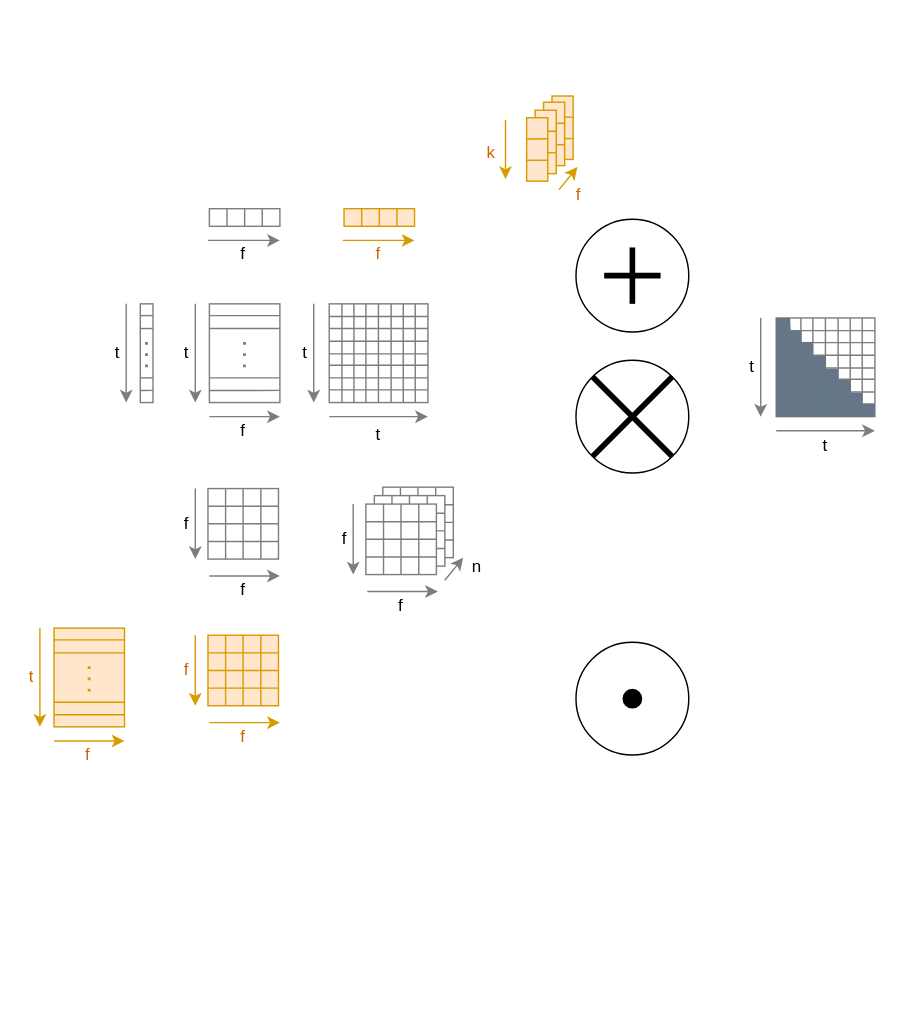
Earlier version of the draw.io diagram page "Base Figures" (1 of 5) of attention.drawio (OleguerCanal/diagrams). Source tidied: cells renumbered, new cells numbered last; positions are measured from the earlier drawing's top-left corner, leaving out a move shared by most shapes. Both pictures are drawn from the tidied source at 141%, with x=0, y=0 at pixel (24, 117).
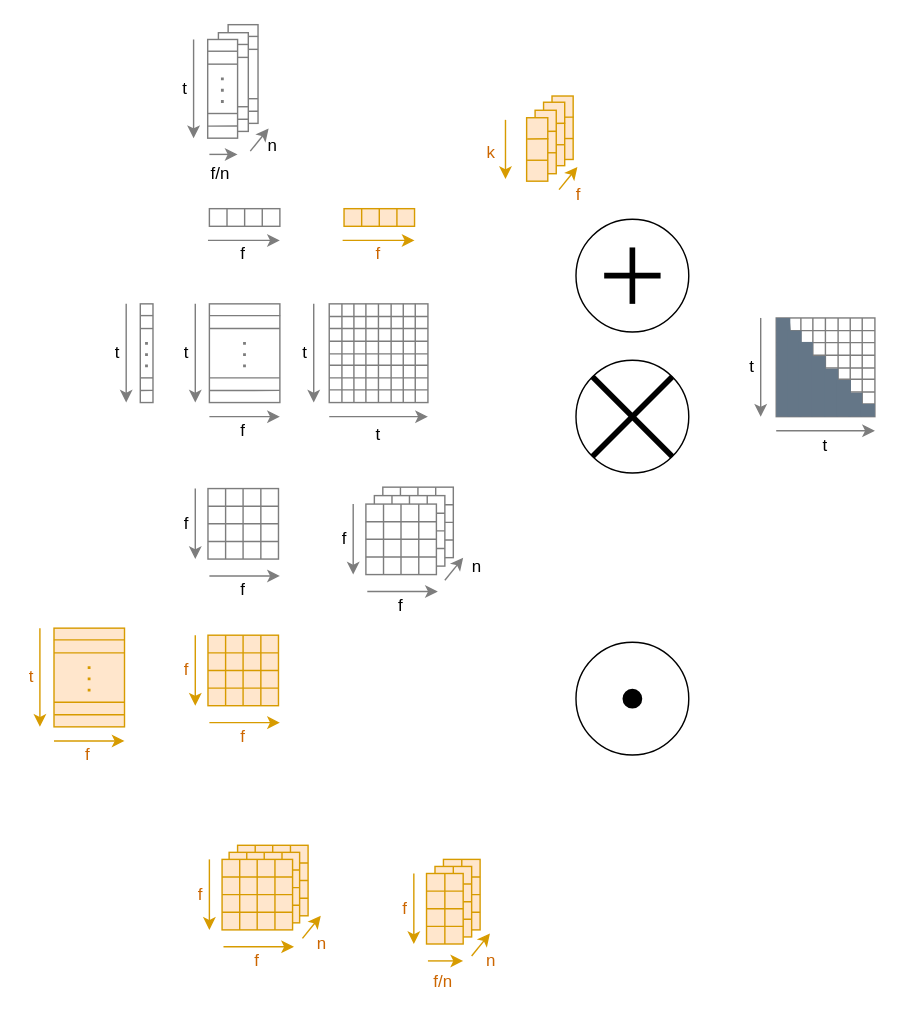
Above is the later version.

Diff of the diagram source:
```diff
@@
+    <mxCell id="161" style="rounded=0;whiteSpace=wrap;html=1;strokeColor=#7D7D7D;" parent="1" vertex="1">
+      <mxGeometry x="144.3" y="-66" width="21.2" height="70" as="geometry" />
+    </mxCell>
+    <mxCell id="162" style="endArrow=none;html=1;rounded=0;entryX=1;entryY=0.25;entryDx=0;entryDy=0;exitX=0;exitY=0.25;exitDx=0;exitDy=0;strokeColor=#7D7D7D;" parent="1" edge="1" source="161" target="161">
+      <mxGeometry relative="1" as="geometry" />
+    </mxCell>
+    <mxCell id="163" style="endArrow=none;html=1;rounded=0;entryX=1;entryY=0.75;entryDx=0;entryDy=0;exitX=0;exitY=0.75;exitDx=0;exitDy=0;strokeColor=#7D7D7D;" parent="1" edge="1" source="161" target="161">
+      <mxGeometry relative="1" as="geometry" />
+    </mxCell>
+    <mxCell id="164" style="endArrow=none;html=1;rounded=0;exitX=-0.002;exitY=0.119;exitDx=0;exitDy=0;exitPerimeter=0;entryX=1.005;entryY=0.119;entryDx=0;entryDy=0;entryPerimeter=0;strokeColor=#7D7D7D;" parent="1" edge="1" source="161" target="161">
+      <mxGeometry relative="1" as="geometry" />
+    </mxCell>
+    <mxCell id="165" style="endArrow=none;html=1;rounded=0;exitX=0.003;exitY=0.878;exitDx=0;exitDy=0;exitPerimeter=0;entryX=1.001;entryY=0.877;entryDx=0;entryDy=0;entryPerimeter=0;strokeColor=#7D7D7D;" parent="1" edge="1" source="161" target="161">
+      <mxGeometry relative="1" as="geometry" />
+    </mxCell>
+    <mxCell id="166" style="endArrow=none;dashed=1;html=1;dashPattern=1 3;strokeWidth=2;rounded=0;strokeColor=#7D7D7D;" parent="1" edge="1">
+      <mxGeometry relative="1" as="geometry">
+        <mxPoint x="154.8" y="-21" as="sourcePoint" />
+        <mxPoint x="154.8" y="-41" as="targetPoint" />
+        <Array as="points">
+          <mxPoint x="154.8" y="-21" />
+        </Array>
+      </mxGeometry>
+    </mxCell>
+    <mxCell id="167" style="rounded=0;whiteSpace=wrap;html=1;strokeColor=#7D7D7D;" parent="1" vertex="1">
+      <mxGeometry x="137.4" y="-60.3" width="21.2" height="70" as="geometry" />
+    </mxCell>
+    <mxCell id="168" style="endArrow=none;html=1;rounded=0;entryX=1;entryY=0.25;entryDx=0;entryDy=0;exitX=0;exitY=0.25;exitDx=0;exitDy=0;strokeColor=#7D7D7D;" parent="1" edge="1" source="167" target="167">
+      <mxGeometry relative="1" as="geometry" />
+    </mxCell>
+    <mxCell id="169" style="endArrow=none;html=1;rounded=0;entryX=1;entryY=0.75;entryDx=0;entryDy=0;exitX=0;exitY=0.75;exitDx=0;exitDy=0;strokeColor=#7D7D7D;" parent="1" edge="1" source="167" target="167">
+      <mxGeometry relative="1" as="geometry" />
+    </mxCell>
+    <mxCell id="170" style="endArrow=none;html=1;rounded=0;exitX=-0.002;exitY=0.119;exitDx=0;exitDy=0;exitPerimeter=0;entryX=1.005;entryY=0.119;entryDx=0;entryDy=0;entryPerimeter=0;strokeColor=#7D7D7D;" parent="1" edge="1" source="167" target="167">
+      <mxGeometry relative="1" as="geometry" />
+    </mxCell>
+    <mxCell id="171" style="endArrow=none;html=1;rounded=0;exitX=0.003;exitY=0.878;exitDx=0;exitDy=0;exitPerimeter=0;entryX=1.001;entryY=0.877;entryDx=0;entryDy=0;entryPerimeter=0;strokeColor=#7D7D7D;" parent="1" edge="1" source="167" target="167">
+      <mxGeometry relative="1" as="geometry" />
+    </mxCell>
+    <mxCell id="172" style="endArrow=none;dashed=1;html=1;dashPattern=1 3;strokeWidth=2;rounded=0;strokeColor=#7D7D7D;" parent="1" edge="1">
+      <mxGeometry relative="1" as="geometry">
+        <mxPoint x="147.8" y="-15.3" as="sourcePoint" />
+        <mxPoint x="147.8" y="-35.3" as="targetPoint" />
+        <Array as="points">
+          <mxPoint x="147.8" y="-15.3" />
+        </Array>
+      </mxGeometry>
+    </mxCell>
+    <mxCell id="173" style="rounded=0;whiteSpace=wrap;html=1;strokeColor=#d79b00;fillColor=#ffe6cc;" parent="1" vertex="1">
+      <mxGeometry x="297" y="526" width="26" height="50" as="geometry" />
+    </mxCell>
+    <mxCell id="174" style="endArrow=none;html=1;rounded=0;entryX=1;entryY=0.5;entryDx=0;entryDy=0;exitX=0;exitY=0.5;exitDx=0;exitDy=0;strokeColor=#d79b00;fillColor=#ffe6cc;" parent="1" edge="1" source="173" target="173">
+      <mxGeometry relative="1" as="geometry" />
+    </mxCell>
+    <mxCell id="175" style="endArrow=none;html=1;rounded=0;entryX=1;entryY=0.75;entryDx=0;entryDy=0;exitX=0;exitY=0.75;exitDx=0;exitDy=0;strokeColor=#d79b00;fillColor=#ffe6cc;" parent="1" edge="1" source="173" target="173">
+      <mxGeometry relative="1" as="geometry" />
+    </mxCell>
+    <mxCell id="176" style="endArrow=none;html=1;rounded=0;entryX=1;entryY=0.25;entryDx=0;entryDy=0;exitX=0;exitY=0.25;exitDx=0;exitDy=0;strokeColor=#d79b00;fillColor=#ffe6cc;" parent="1" edge="1" source="173" target="173">
+      <mxGeometry relative="1" as="geometry" />
+    </mxCell>
+    <mxCell id="177" style="endArrow=none;html=1;rounded=0;entryX=0.5;entryY=1;entryDx=0;entryDy=0;strokeColor=#d79b00;fillColor=#ffe6cc;exitX=0.5;exitY=0;exitDx=0;exitDy=0;" parent="1" edge="1" source="173" target="173">
+      <mxGeometry relative="1" as="geometry" />
+    </mxCell>
+    <mxCell id="178" style="rounded=0;whiteSpace=wrap;html=1;strokeColor=#d79b00;fillColor=#ffe6cc;" parent="1" vertex="1">
+      <mxGeometry x="291" y="531" width="26" height="50" as="geometry" />
+    </mxCell>
+    <mxCell id="179" style="endArrow=none;html=1;rounded=0;entryX=1;entryY=0.5;entryDx=0;entryDy=0;exitX=0;exitY=0.5;exitDx=0;exitDy=0;strokeColor=#d79b00;fillColor=#ffe6cc;" parent="1" edge="1" source="178" target="178">
+      <mxGeometry relative="1" as="geometry" />
+    </mxCell>
+    <mxCell id="180" style="endArrow=none;html=1;rounded=0;entryX=1;entryY=0.75;entryDx=0;entryDy=0;exitX=0;exitY=0.75;exitDx=0;exitDy=0;strokeColor=#d79b00;fillColor=#ffe6cc;" parent="1" edge="1" source="178" target="178">
+      <mxGeometry relative="1" as="geometry" />
+    </mxCell>
+    <mxCell id="181" style="endArrow=none;html=1;rounded=0;entryX=1;entryY=0.25;entryDx=0;entryDy=0;exitX=0;exitY=0.25;exitDx=0;exitDy=0;strokeColor=#d79b00;fillColor=#ffe6cc;" parent="1" edge="1" source="178" target="178">
+      <mxGeometry relative="1" as="geometry" />
+    </mxCell>
+    <mxCell id="182" style="endArrow=none;html=1;rounded=0;entryX=0.5;entryY=1;entryDx=0;entryDy=0;strokeColor=#d79b00;fillColor=#ffe6cc;exitX=0.5;exitY=0;exitDx=0;exitDy=0;" parent="1" edge="1" source="178" target="178">
+      <mxGeometry relative="1" as="geometry" />
+    </mxCell>
+    <mxCell id="183" style="rounded=0;whiteSpace=wrap;html=1;strokeColor=#d79b00;fillColor=#ffe6cc;" parent="1" vertex="1">
+      <mxGeometry x="151" y="516" width="50" height="50" as="geometry" />
+    </mxCell>
+    <mxCell id="184" style="endArrow=none;html=1;rounded=0;entryX=1;entryY=0.5;entryDx=0;entryDy=0;exitX=0;exitY=0.5;exitDx=0;exitDy=0;strokeColor=#d79b00;fillColor=#ffe6cc;" parent="1" edge="1" source="183" target="183">
+      <mxGeometry relative="1" as="geometry" />
+    </mxCell>
+    <mxCell id="185" style="endArrow=none;html=1;rounded=0;entryX=1;entryY=0.75;entryDx=0;entryDy=0;exitX=0;exitY=0.75;exitDx=0;exitDy=0;strokeColor=#d79b00;fillColor=#ffe6cc;" parent="1" edge="1" source="183" target="183">
+      <mxGeometry relative="1" as="geometry" />
+    </mxCell>
+    <mxCell id="186" style="endArrow=none;html=1;rounded=0;entryX=1;entryY=0.25;entryDx=0;entryDy=0;exitX=0;exitY=0.25;exitDx=0;exitDy=0;strokeColor=#d79b00;fillColor=#ffe6cc;" parent="1" edge="1" source="183" target="183">
+      <mxGeometry relative="1" as="geometry" />
+    </mxCell>
+    <mxCell id="187" style="endArrow=none;html=1;rounded=0;entryX=0.25;entryY=1;entryDx=0;entryDy=0;exitX=0.25;exitY=0;exitDx=0;exitDy=0;strokeColor=#d79b00;fillColor=#ffe6cc;" parent="1" edge="1" source="183" target="183">
+      <mxGeometry relative="1" as="geometry" />
+    </mxCell>
+    <mxCell id="188" style="endArrow=none;html=1;rounded=0;entryX=0.25;entryY=1;entryDx=0;entryDy=0;exitX=0.25;exitY=0;exitDx=0;exitDy=0;strokeColor=#d79b00;fillColor=#ffe6cc;" parent="1" edge="1">
+      <mxGeometry relative="1" as="geometry">
+        <mxPoint x="175.9" y="516" as="sourcePoint" />
+        <mxPoint x="175.9" y="566" as="targetPoint" />
+      </mxGeometry>
+    </mxCell>
+    <mxCell id="189" style="endArrow=none;html=1;rounded=0;entryX=0.75;entryY=1;entryDx=0;entryDy=0;exitX=0.75;exitY=0;exitDx=0;exitDy=0;strokeColor=#d79b00;fillColor=#ffe6cc;" parent="1" edge="1" source="183" target="183">
+      <mxGeometry relative="1" as="geometry" />
+    </mxCell>
+    <mxCell id="190" style="rounded=0;whiteSpace=wrap;html=1;strokeColor=#d79b00;fillColor=#ffe6cc;" parent="1" vertex="1">
+      <mxGeometry x="145" y="521" width="50" height="50" as="geometry" />
+    </mxCell>
+    <mxCell id="191" style="endArrow=none;html=1;rounded=0;entryX=1;entryY=0.5;entryDx=0;entryDy=0;exitX=0;exitY=0.5;exitDx=0;exitDy=0;strokeColor=#d79b00;fillColor=#ffe6cc;" parent="1" edge="1" source="190" target="190">
+      <mxGeometry relative="1" as="geometry" />
+    </mxCell>
+    <mxCell id="192" style="endArrow=none;html=1;rounded=0;entryX=1;entryY=0.75;entryDx=0;entryDy=0;exitX=0;exitY=0.75;exitDx=0;exitDy=0;strokeColor=#d79b00;fillColor=#ffe6cc;" parent="1" edge="1" source="190" target="190">
+      <mxGeometry relative="1" as="geometry" />
+    </mxCell>
+    <mxCell id="193" style="endArrow=none;html=1;rounded=0;entryX=1;entryY=0.25;entryDx=0;entryDy=0;exitX=0;exitY=0.25;exitDx=0;exitDy=0;strokeColor=#d79b00;fillColor=#ffe6cc;" parent="1" edge="1" source="190" target="190">
+      <mxGeometry relative="1" as="geometry" />
+    </mxCell>
+    <mxCell id="194" style="endArrow=none;html=1;rounded=0;entryX=0.25;entryY=1;entryDx=0;entryDy=0;exitX=0.25;exitY=0;exitDx=0;exitDy=0;strokeColor=#d79b00;fillColor=#ffe6cc;" parent="1" edge="1" source="190" target="190">
+      <mxGeometry relative="1" as="geometry" />
+    </mxCell>
+    <mxCell id="195" style="endArrow=none;html=1;rounded=0;entryX=0.25;entryY=1;entryDx=0;entryDy=0;exitX=0.25;exitY=0;exitDx=0;exitDy=0;strokeColor=#d79b00;fillColor=#ffe6cc;" parent="1" edge="1">
+      <mxGeometry relative="1" as="geometry">
+        <mxPoint x="169.9" y="521" as="sourcePoint" />
+        <mxPoint x="169.9" y="571" as="targetPoint" />
+      </mxGeometry>
+    </mxCell>
+    <mxCell id="196" style="endArrow=none;html=1;rounded=0;entryX=0.75;entryY=1;entryDx=0;entryDy=0;exitX=0.75;exitY=0;exitDx=0;exitDy=0;strokeColor=#d79b00;fillColor=#ffe6cc;" parent="1" edge="1" source="190" target="190">
+      <mxGeometry relative="1" as="geometry" />
+    </mxCell>
@@
+    <mxCell id="197" style="rounded=0;whiteSpace=wrap;html=1;strokeColor=#7D7D7D;" parent="1" vertex="1">
+      <mxGeometry x="129.8" y="-55.5" width="21.2" height="70" as="geometry" />
+    </mxCell>
+    <mxCell id="198" style="endArrow=none;html=1;rounded=0;entryX=1;entryY=0.25;entryDx=0;entryDy=0;exitX=0;exitY=0.25;exitDx=0;exitDy=0;strokeColor=#7D7D7D;" parent="1" edge="1" source="197" target="197">
+      <mxGeometry relative="1" as="geometry" />
+    </mxCell>
+    <mxCell id="199" style="endArrow=none;html=1;rounded=0;entryX=1;entryY=0.75;entryDx=0;entryDy=0;exitX=0;exitY=0.75;exitDx=0;exitDy=0;strokeColor=#7D7D7D;" parent="1" edge="1" source="197" target="197">
+      <mxGeometry relative="1" as="geometry" />
+    </mxCell>
+    <mxCell id="200" style="endArrow=none;html=1;rounded=0;exitX=-0.002;exitY=0.119;exitDx=0;exitDy=0;exitPerimeter=0;entryX=1.005;entryY=0.119;entryDx=0;entryDy=0;entryPerimeter=0;strokeColor=#7D7D7D;" parent="1" edge="1" source="197" target="197">
+      <mxGeometry relative="1" as="geometry" />
+    </mxCell>
+    <mxCell id="201" style="endArrow=none;html=1;rounded=0;exitX=0.003;exitY=0.878;exitDx=0;exitDy=0;exitPerimeter=0;entryX=1.001;entryY=0.877;entryDx=0;entryDy=0;entryPerimeter=0;strokeColor=#7D7D7D;" parent="1" edge="1" source="197" target="197">
+      <mxGeometry relative="1" as="geometry" />
+    </mxCell>
+    <mxCell id="202" style="endArrow=none;dashed=1;html=1;dashPattern=1 3;strokeWidth=2;rounded=0;strokeColor=#7D7D7D;" parent="1" edge="1">
+      <mxGeometry relative="1" as="geometry">
+        <mxPoint x="140.2" y="-10.5" as="sourcePoint" />
+        <mxPoint x="140.2" y="-30.5" as="targetPoint" />
+        <Array as="points">
+          <mxPoint x="140.2" y="-10.5" />
+        </Array>
+      </mxGeometry>
+    </mxCell>
+    <mxCell id="203" style="endArrow=classic;html=1;rounded=0;strokeColor=#7D7D7D;" parent="1" edge="1">
+      <mxGeometry relative="1" as="geometry">
+        <mxPoint x="119.8" y="-55.5" as="sourcePoint" />
+        <mxPoint x="119.8" y="14.5" as="targetPoint" />
+      </mxGeometry>
+    </mxCell>
+    <mxCell id="204" style="endArrow=classic;html=1;rounded=0;strokeColor=#7D7D7D;" parent="1" edge="1">
+      <mxGeometry relative="1" as="geometry">
+        <mxPoint x="131" y="26" as="sourcePoint" />
+        <mxPoint x="151" y="26" as="targetPoint" />
+      </mxGeometry>
+    </mxCell>
+    <mxCell id="205" value="t" style="text;html=1;strokeColor=none;fillColor=none;align=center;verticalAlign=middle;whiteSpace=wrap;rounded=0;" parent="1" vertex="1">
+      <mxGeometry x="108.8" y="-35.5" width="10" height="30" as="geometry" />
+    </mxCell>
+    <mxCell id="206" value="f/n" style="text;html=1;strokeColor=none;fillColor=none;align=center;verticalAlign=middle;whiteSpace=wrap;rounded=0;" parent="1" vertex="1">
+      <mxGeometry x="134.3" y="30" width="10" height="20" as="geometry" />
+    </mxCell>
+    <mxCell id="207" style="endArrow=classic;html=1;rounded=0;strokeColor=#7D7D7D;" parent="1" edge="1">
+      <mxGeometry relative="1" as="geometry">
+        <mxPoint x="160" y="23.7" as="sourcePoint" />
+        <mxPoint x="173" y="7.7" as="targetPoint" />
+      </mxGeometry>
+    </mxCell>
+    <mxCell id="208" value="n" style="text;html=1;strokeColor=none;fillColor=none;align=center;verticalAlign=middle;whiteSpace=wrap;rounded=0;" parent="1" vertex="1">
+      <mxGeometry x="171" y="10" width="10" height="20" as="geometry" />
+    </mxCell>
+    <mxCell id="209" style="rounded=0;whiteSpace=wrap;html=1;strokeColor=#d79b00;fillColor=#ffe6cc;" parent="1" vertex="1">
+      <mxGeometry x="140" y="526" width="50" height="50" as="geometry" />
+    </mxCell>
+    <mxCell id="210" style="endArrow=classic;html=1;rounded=0;strokeColor=#d79b00;fillColor=#ffe6cc;" parent="1" edge="1">
+      <mxGeometry relative="1" as="geometry">
+        <mxPoint x="141" y="588" as="sourcePoint" />
+        <mxPoint x="191" y="588" as="targetPoint" />
+      </mxGeometry>
+    </mxCell>
+    <mxCell id="211" value="f" style="text;html=1;strokeColor=none;fillColor=none;align=center;verticalAlign=middle;whiteSpace=wrap;rounded=0;fontColor=#CC6600;" parent="1" vertex="1">
+      <mxGeometry x="160" y="588" width="10" height="20" as="geometry" />
+    </mxCell>
+    <mxCell id="212" style="endArrow=none;html=1;rounded=0;entryX=1;entryY=0.5;entryDx=0;entryDy=0;exitX=0;exitY=0.5;exitDx=0;exitDy=0;strokeColor=#d79b00;fillColor=#ffe6cc;" parent="1" edge="1" source="209" target="209">
+      <mxGeometry relative="1" as="geometry" />
+    </mxCell>
+    <mxCell id="213" style="endArrow=none;html=1;rounded=0;entryX=1;entryY=0.75;entryDx=0;entryDy=0;exitX=0;exitY=0.75;exitDx=0;exitDy=0;strokeColor=#d79b00;fillColor=#ffe6cc;" parent="1" edge="1" source="209" target="209">
+      <mxGeometry relative="1" as="geometry" />
+    </mxCell>
+    <mxCell id="214" style="endArrow=none;html=1;rounded=0;entryX=1;entryY=0.25;entryDx=0;entryDy=0;exitX=0;exitY=0.25;exitDx=0;exitDy=0;strokeColor=#d79b00;fillColor=#ffe6cc;" parent="1" edge="1" source="209" target="209">
+      <mxGeometry relative="1" as="geometry" />
+    </mxCell>
+    <mxCell id="215" style="endArrow=none;html=1;rounded=0;entryX=0.25;entryY=1;entryDx=0;entryDy=0;exitX=0.25;exitY=0;exitDx=0;exitDy=0;strokeColor=#d79b00;fillColor=#ffe6cc;" parent="1" edge="1" source="209" target="209">
+      <mxGeometry relative="1" as="geometry" />
+    </mxCell>
+    <mxCell id="216" style="endArrow=none;html=1;rounded=0;entryX=0.25;entryY=1;entryDx=0;entryDy=0;exitX=0.25;exitY=0;exitDx=0;exitDy=0;strokeColor=#d79b00;fillColor=#ffe6cc;" parent="1" edge="1">
+      <mxGeometry relative="1" as="geometry">
+        <mxPoint x="164.9" y="526" as="sourcePoint" />
+        <mxPoint x="164.9" y="576" as="targetPoint" />
+      </mxGeometry>
+    </mxCell>
+    <mxCell id="217" style="endArrow=none;html=1;rounded=0;entryX=0.75;entryY=1;entryDx=0;entryDy=0;exitX=0.75;exitY=0;exitDx=0;exitDy=0;strokeColor=#d79b00;fillColor=#ffe6cc;" parent="1" edge="1" source="209" target="209">
+      <mxGeometry relative="1" as="geometry" />
+    </mxCell>
+    <mxCell id="218" value="f" style="text;html=1;strokeColor=none;fillColor=none;align=center;verticalAlign=middle;whiteSpace=wrap;rounded=0;fontColor=#CC6600;" parent="1" vertex="1">
+      <mxGeometry x="120" y="541" width="10" height="20" as="geometry" />
+    </mxCell>
+    <mxCell id="219" style="endArrow=classic;html=1;rounded=0;strokeColor=#d79b00;fillColor=#ffe6cc;" parent="1" edge="1">
+      <mxGeometry relative="1" as="geometry">
+        <mxPoint x="131" y="526" as="sourcePoint" />
+        <mxPoint x="131" y="576" as="targetPoint" />
+      </mxGeometry>
+    </mxCell>
+    <mxCell id="220" style="endArrow=classic;html=1;rounded=0;strokeColor=#d79b00;fillColor=#ffe6cc;" parent="1" edge="1">
+      <mxGeometry relative="1" as="geometry">
+        <mxPoint x="197" y="582" as="sourcePoint" />
+        <mxPoint x="210" y="566" as="targetPoint" />
+      </mxGeometry>
+    </mxCell>
+    <mxCell id="221" value="n" style="text;html=1;strokeColor=none;fillColor=none;align=center;verticalAlign=middle;whiteSpace=wrap;rounded=0;fontColor=#CC6600;" parent="1" vertex="1">
+      <mxGeometry x="206" y="575.5" width="10" height="20" as="geometry" />
+    </mxCell>
+    <mxCell id="222" style="rounded=0;whiteSpace=wrap;html=1;strokeColor=#d79b00;fillColor=#ffe6cc;" parent="1" vertex="1">
+      <mxGeometry x="285" y="536" width="26" height="50" as="geometry" />
+    </mxCell>
+    <mxCell id="223" style="endArrow=classic;html=1;rounded=0;strokeColor=#d79b00;fillColor=#ffe6cc;" parent="1" edge="1">
+      <mxGeometry relative="1" as="geometry">
+        <mxPoint x="286" y="598" as="sourcePoint" />
+        <mxPoint x="311" y="598" as="targetPoint" />
+      </mxGeometry>
+    </mxCell>
+    <mxCell id="224" value="f/n" style="text;html=1;strokeColor=none;fillColor=none;align=center;verticalAlign=middle;whiteSpace=wrap;rounded=0;fontColor=#CC6600;" parent="1" vertex="1">
+      <mxGeometry x="292" y="602.5" width="10" height="20" as="geometry" />
+    </mxCell>
+    <mxCell id="225" style="endArrow=none;html=1;rounded=0;entryX=1;entryY=0.5;entryDx=0;entryDy=0;exitX=0;exitY=0.5;exitDx=0;exitDy=0;strokeColor=#d79b00;fillColor=#ffe6cc;" parent="1" edge="1" source="222" target="222">
+      <mxGeometry relative="1" as="geometry" />
+    </mxCell>
+    <mxCell id="226" style="endArrow=none;html=1;rounded=0;entryX=1;entryY=0.75;entryDx=0;entryDy=0;exitX=0;exitY=0.75;exitDx=0;exitDy=0;strokeColor=#d79b00;fillColor=#ffe6cc;" parent="1" edge="1" source="222" target="222">
+      <mxGeometry relative="1" as="geometry" />
+    </mxCell>
+    <mxCell id="227" style="endArrow=none;html=1;rounded=0;entryX=1;entryY=0.25;entryDx=0;entryDy=0;exitX=0;exitY=0.25;exitDx=0;exitDy=0;strokeColor=#d79b00;fillColor=#ffe6cc;" parent="1" edge="1" source="222" target="222">
+      <mxGeometry relative="1" as="geometry" />
+    </mxCell>
+    <mxCell id="228" style="endArrow=none;html=1;rounded=0;entryX=0.5;entryY=1;entryDx=0;entryDy=0;strokeColor=#d79b00;fillColor=#ffe6cc;exitX=0.5;exitY=0;exitDx=0;exitDy=0;" parent="1" edge="1" source="222" target="222">
+      <mxGeometry relative="1" as="geometry" />
+    </mxCell>
+    <mxCell id="229" value="f" style="text;html=1;strokeColor=none;fillColor=none;align=center;verticalAlign=middle;whiteSpace=wrap;rounded=0;fontColor=#CC6600;" parent="1" vertex="1">
+      <mxGeometry x="265" y="551" width="10" height="20" as="geometry" />
+    </mxCell>
+    <mxCell id="230" style="endArrow=classic;html=1;rounded=0;strokeColor=#d79b00;fillColor=#ffe6cc;" parent="1" edge="1">
+      <mxGeometry relative="1" as="geometry">
+        <mxPoint x="276" y="536" as="sourcePoint" />
+        <mxPoint x="276" y="586" as="targetPoint" />
+      </mxGeometry>
+    </mxCell>
+    <mxCell id="231" style="endArrow=classic;html=1;rounded=0;strokeColor=#d79b00;fillColor=#ffe6cc;" parent="1" edge="1">
+      <mxGeometry relative="1" as="geometry">
+        <mxPoint x="317" y="594.5" as="sourcePoint" />
+        <mxPoint x="330" y="578.5" as="targetPoint" />
+      </mxGeometry>
+    </mxCell>
+    <mxCell id="232" value="n" style="text;html=1;strokeColor=none;fillColor=none;align=center;verticalAlign=middle;whiteSpace=wrap;rounded=0;fontColor=#CC6600;" parent="1" vertex="1">
+      <mxGeometry x="326" y="588" width="10" height="20" as="geometry" />
+    </mxCell>
```
